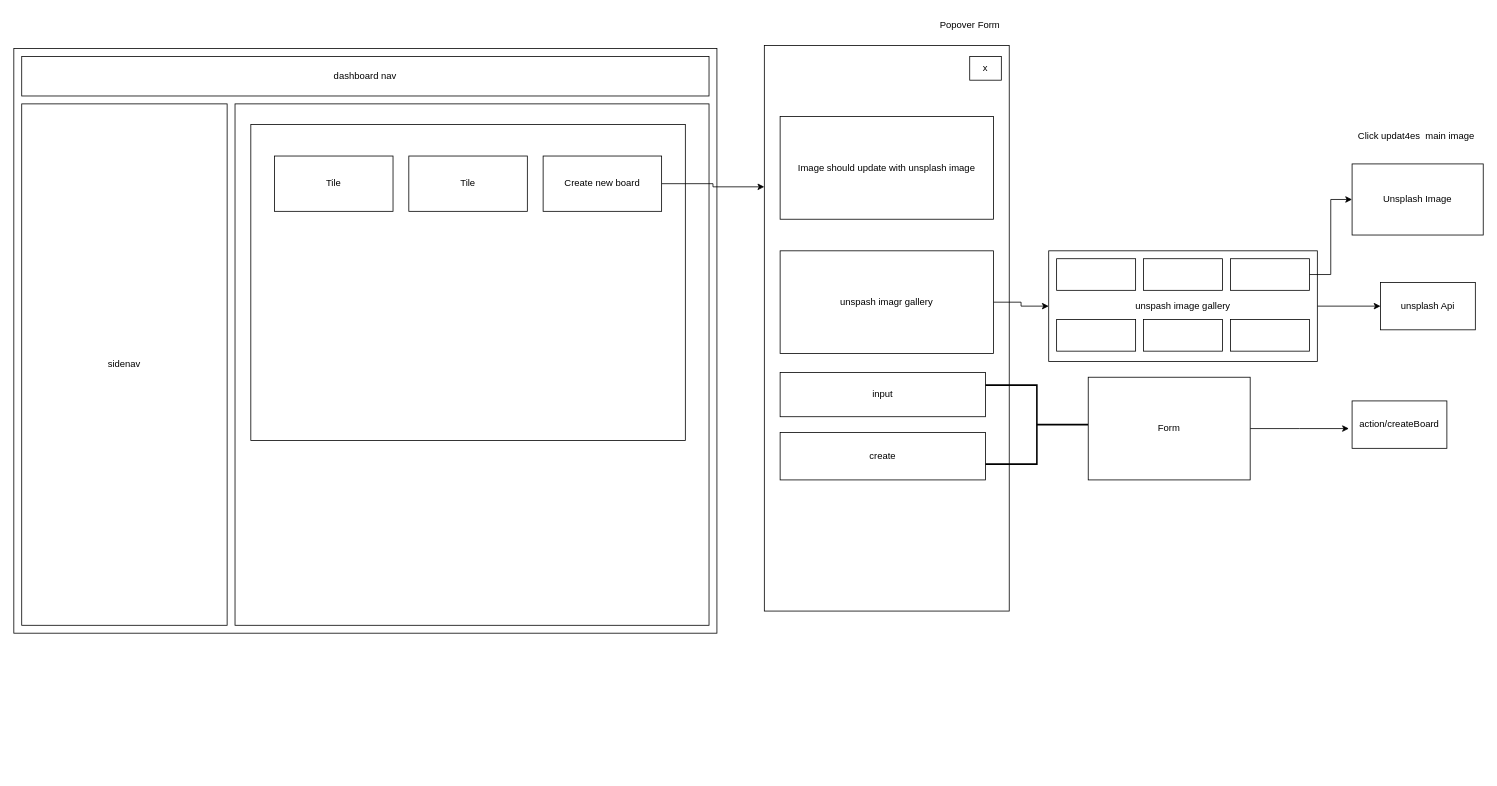
The draw.io diagram page "Boards Page" (2 of 3) of public/Untitled Diagram.drawio in eric-nichols-nyc/trellnode, before the edit. Source tidied: cells renumbered, new cells numbered last; positions are measured from the earlier drawing's top-left corner, leaving out a move shared by most shapes. Both pictures are drawn from the tidied source at 79%, with x=0, y=0 at pixel (13, 13).
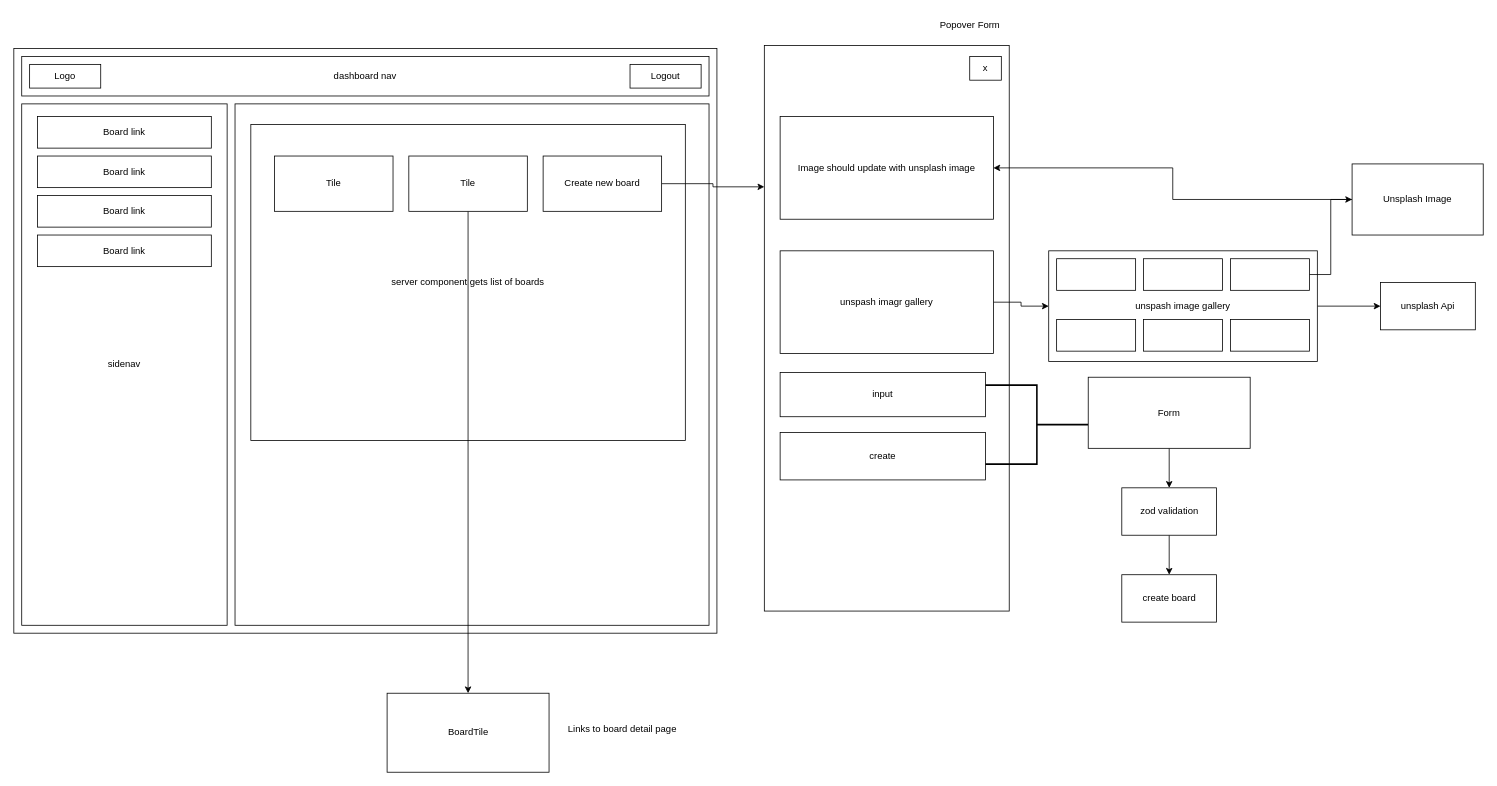
After the change.

The change refers to these unchanged cells:
```xml
<mxCell id="7" value="Image should update with unsplash image" style="rounded=0;whiteSpace=wrap;html=1;" parent="1" vertex="1">
  <mxGeometry x="970" y="130" width="270" height="130" as="geometry" />
</mxCell>
<mxCell id="20" value="Tile" style="rounded=0;whiteSpace=wrap;html=1;" parent="1" vertex="1">
  <mxGeometry x="500" y="180" width="150" height="70" as="geometry" />
</mxCell>
<mxCell id="33" value="Unsplash Image" style="rounded=0;whiteSpace=wrap;html=1;" parent="1" vertex="1">
  <mxGeometry x="1694" y="190" width="166" height="90" as="geometry" />
</mxCell>
```

The edit, as a diff of the source:
```diff
@@
-    <mxCell id="16" style="edgeStyle=orthogonalEdgeStyle;rounded=0;jettySize=auto;html=1;" parent="1" edge="1" source="17">
-      <mxGeometry relative="1" as="geometry">
-        <mxPoint x="1690" y="525" as="targetPoint" />
-      </mxGeometry>
-    </mxCell>
+    <mxCell id="35" style="edgeStyle=orthogonalEdgeStyle;rounded=0;jettySize=auto;html=1;" parent="1" edge="1" source="17" target="39">
+      <mxGeometry relative="1" as="geometry" />
+    </mxCell>
     <mxCell id="17" value="Form" style="rounded=0;whiteSpace=wrap;html=1;" parent="1" vertex="1">
-      <mxGeometry x="1360" y="460" width="205" height="130" as="geometry" />
+      <mxGeometry x="1360" y="460" width="205" height="90" as="geometry" />
     </mxCell>
-    <mxCell id="18" style="rounded=0;whiteSpace=wrap;html=1;" parent="1" vertex="1">
+    <mxCell id="18" value="server component gets list of boards" style="rounded=0;whiteSpace=wrap;html=1;" parent="1" vertex="1">
       <mxGeometry x="300" y="140" width="550" height="400" as="geometry" />
     </mxCell>
@@
+    <mxCell id="36" style="edgeStyle=orthogonalEdgeStyle;rounded=0;jettySize=auto;html=1;" parent="1" edge="1" source="20" target="43">
+      <mxGeometry relative="1" as="geometry" />
+    </mxCell>
@@
-    <mxCell id="23" value="action/createBoard" style="rounded=0;whiteSpace=wrap;html=1;" parent="1" vertex="1">
-      <mxGeometry x="1694" y="490" width="120" height="60" as="geometry" />
-    </mxCell>
@@
+    <mxCell id="37" style="edgeStyle=orthogonalEdgeStyle;rounded=0;jettySize=auto;html=1;" parent="1" edge="1" source="33" target="7">
+      <mxGeometry relative="1" as="geometry" />
+    </mxCell>
@@
-    <mxCell id="34" value="Click updat4es&amp;nbsp; main image" style="text;html=1;align=center;verticalAlign=middle;strokeColor=none;fillColor=none;" parent="1" vertex="1">
-      <mxGeometry x="1690" y="140" width="170" height="30" as="geometry" />
-    </mxCell>
+    <mxCell id="38" style="edgeStyle=orthogonalEdgeStyle;rounded=0;jettySize=auto;html=1;" parent="1" edge="1" source="39" target="40">
+      <mxGeometry relative="1" as="geometry" />
+    </mxCell>
+    <mxCell id="39" value="zod validation" style="whiteSpace=wrap;html=1;rounded=0;" parent="1" vertex="1">
+      <mxGeometry x="1402.5" y="600" width="120" height="60" as="geometry" />
+    </mxCell>
+    <mxCell id="40" value="create board" style="whiteSpace=wrap;html=1;rounded=0;" parent="1" vertex="1">
+      <mxGeometry x="1402.5" y="710" width="120" height="60" as="geometry" />
+    </mxCell>
+    <mxCell id="41" value="Logo" style="rounded=0;whiteSpace=wrap;html=1;" parent="1" vertex="1">
+      <mxGeometry x="20" y="64" width="90" height="30" as="geometry" />
+    </mxCell>
+    <mxCell id="42" value="Logout" style="rounded=0;whiteSpace=wrap;html=1;" parent="1" vertex="1">
+      <mxGeometry x="780" y="64" width="90" height="30" as="geometry" />
+    </mxCell>
+    <mxCell id="43" value="BoardTile" style="whiteSpace=wrap;html=1;rounded=0;" parent="1" vertex="1">
+      <mxGeometry x="472.5" y="860" width="205" height="100" as="geometry" />
+    </mxCell>
+    <mxCell id="44" value="Links to board detail page" style="text;html=1;align=center;verticalAlign=middle;strokeColor=none;fillColor=none;" parent="1" vertex="1">
+      <mxGeometry x="690" y="890" width="160" height="30" as="geometry" />
+    </mxCell>
+    <mxCell id="45" value="Board link" style="rounded=0;whiteSpace=wrap;html=1;" parent="1" vertex="1">
+      <mxGeometry x="30" y="130" width="220" height="40" as="geometry" />
+    </mxCell>
+    <mxCell id="46" value="Board link" style="rounded=0;whiteSpace=wrap;html=1;" parent="1" vertex="1">
+      <mxGeometry x="30" y="180" width="220" height="40" as="geometry" />
+    </mxCell>
+    <mxCell id="47" value="Board link" style="rounded=0;whiteSpace=wrap;html=1;" parent="1" vertex="1">
+      <mxGeometry x="30" y="230" width="220" height="40" as="geometry" />
+    </mxCell>
+    <mxCell id="48" value="Board link" style="rounded=0;whiteSpace=wrap;html=1;" parent="1" vertex="1">
+      <mxGeometry x="30" y="280" width="220" height="40" as="geometry" />
+    </mxCell>
```
